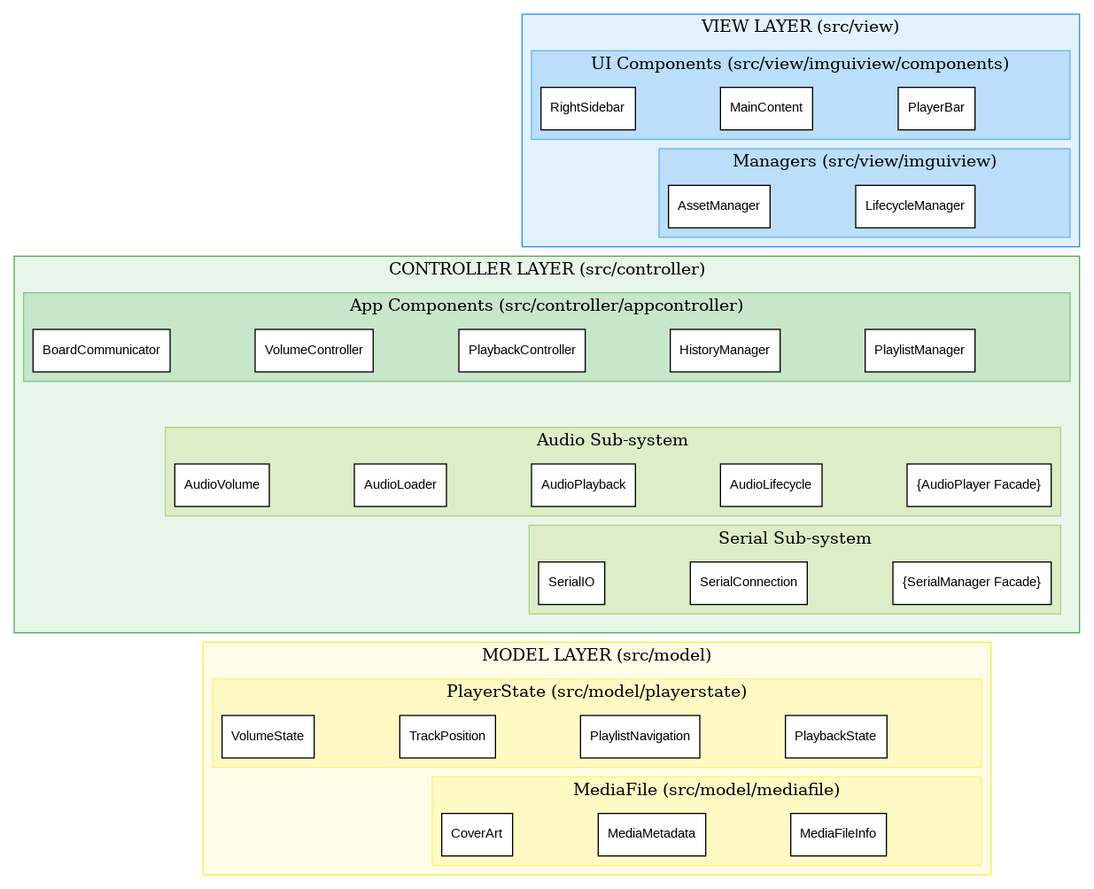
Before: uml/mvc_block_diagram.png, a diagram exported from Graphviz (quan27092002-ctrl/MusicPlayer). Its source is kept beside it as uml/mvc_block_diagram.dot. The source it was exported from:
```dot
digraph MVC_Stack {
    rankdir=TB;
    splines=false;
    nodesep=1.0;
    ranksep=0.6;
    pack=true;

    node [shape=note, style=filled, fillcolor=white, fontname="Arial", fontsize=11];
    edge [style=invis];

    node [group=stack];

    subgraph cluster_view {
        label="VIEW LAYER (src/view)";
        style=filled;
        color="#2196F3";
        fillcolor="#E3F2FD";

        subgraph cluster_view_ui {
            label="UI Components (src/view/imguiview/components)";
            style=filled;
            color="#64B5F6";
            fillcolor="#BBDEFB";
            node [group="", shape=rect, fillcolor=white];

            ViewUiAnchor [style=invis, shape=point, width=0];

            { rank=same; PlayerBar; MainContent; RightSidebar; ViewUiAnchor; }
        }

        subgraph cluster_view_managers {
            label="Managers (src/view/imguiview)";
            style=filled;
            color="#64B5F6";
            fillcolor="#BBDEFB";
            node [group="", shape=rect, fillcolor=white];

            ViewMgrAnchor [style=invis, shape=point, width=0];

            { rank=same; LifecycleManager; AssetManager; ViewMgrAnchor; }
        }

        ViewUiAnchor -> ViewMgrAnchor [weight=100];
    }

    subgraph cluster_controller {
        label="CONTROLLER LAYER (src/controller)";
        style=filled;
        color="#4CAF50";
        fillcolor="#E8F5E9";

        subgraph cluster_app_logic {
            label="App Components (src/controller/appcontroller)";
            style=filled;
            color="#81C784";
            fillcolor="#C8E6C9";
            node [group="", shape=rect, fillcolor=white];

            CtrlAppAnchor [style=invis, shape=point, width=0];

            { rank=same; PlaylistManager; HistoryManager; PlaybackController; VolumeController; BoardCommunicator; CtrlAppAnchor; }
        }

        subgraph cluster_subsystems {
            style=invis;
            node [group="", shape=rect, fillcolor=white];

            CtrlSubAnchor [style=invis, shape=point, width=0];

             subgraph cluster_audio {
                label="Audio Sub-system";
                style=filled; color="#AED581"; fillcolor="#DCEDC8";
                AudioPlayer [label="{AudioPlayer Facade}"];
                { rank=same; AudioLifecycle; AudioPlayback; AudioLoader; AudioVolume; }
            }

            subgraph cluster_serial {
                label="Serial Sub-system";
                style=filled; color="#AED581"; fillcolor="#DCEDC8";
                SerialManager [label="{SerialManager Facade}"];
                { rank=same; SerialConnection; SerialIO; }
            }

            AudioPlayer -> SerialManager [weight=10]; // Internal stack
        }

        CtrlAppAnchor -> AudioPlayer [weight=100];
    }

    subgraph cluster_model {
        label="MODEL LAYER (src/model)";
        style=filled;
        color="#FFEB3B";
        fillcolor="#FFFDE7";

        subgraph cluster_playerstate {
            label="PlayerState (src/model/playerstate)";
            style=filled;
            color="#FFF176";
            fillcolor="#FFF9C4";
            node [group="", shape=rect, fillcolor=white];

            ModelPlayerAnchor [style=invis, shape=point, width=0];

            { rank=same; PlaybackState; PlaylistNavigation; TrackPosition; VolumeState; ModelPlayerAnchor; }
        }

        subgraph cluster_mediafile {
             label="MediaFile (src/model/mediafile)";
             style=filled;
             color="#FFF176";
             fillcolor="#FFF9C4";
             node [group="", shape=rect, fillcolor=white];

             ModelMediaAnchor [style=invis, shape=point, width=0];

             { rank=same; MediaFileInfo; MediaMetadata; CoverArt; ModelMediaAnchor; }
        }

        ModelPlayerAnchor -> ModelMediaAnchor [weight=100];
    }

    ViewMgrAnchor -> CtrlAppAnchor [weight=1000];
    SerialManager -> ModelPlayerAnchor [weight=1000];

}
```
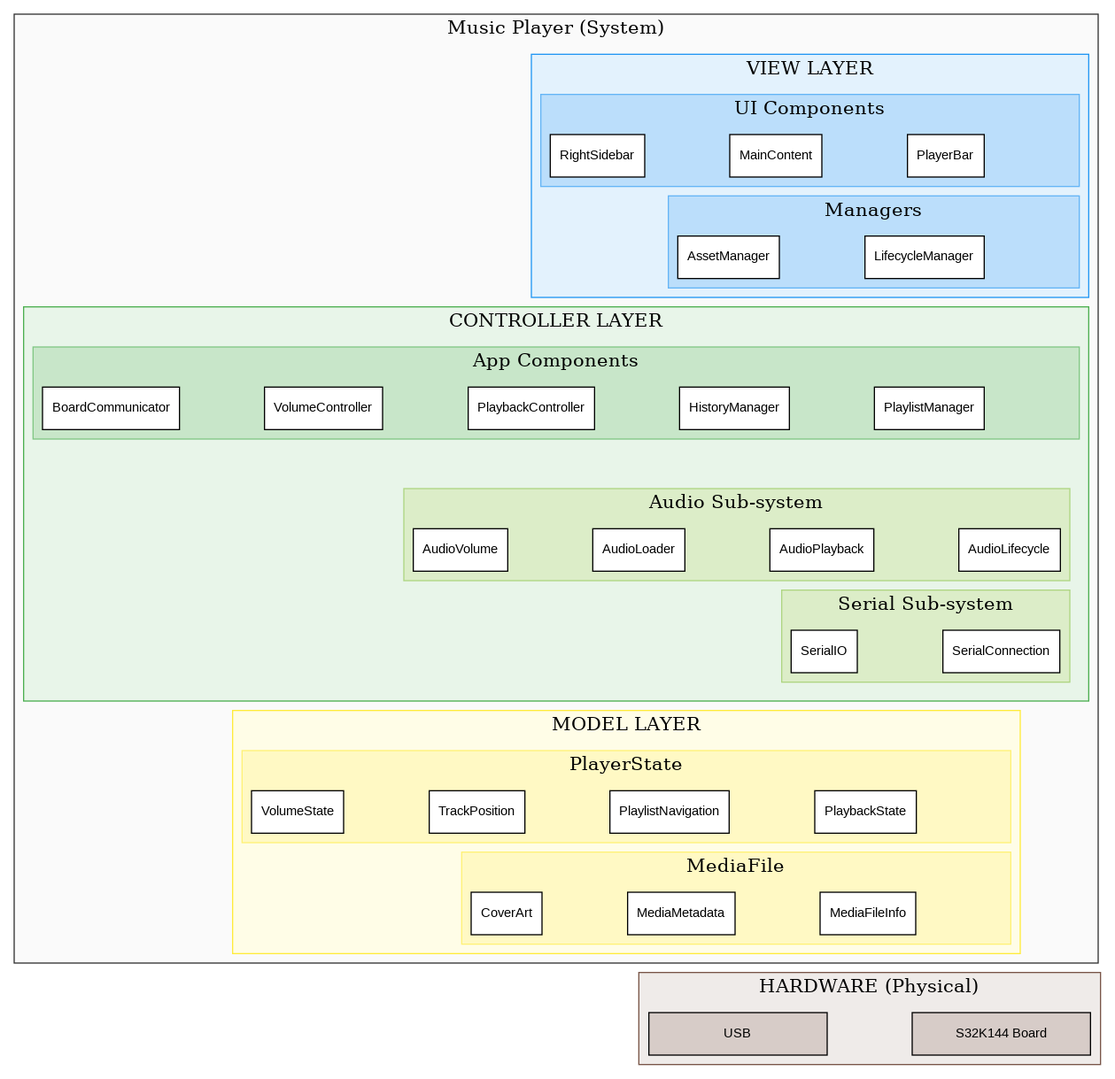
The same file after the commit.

Commit message:
v3.3.1-refactor: Restructure architecture diagram by adding top-level system and hardware layers, and simplifying subgraph labels.

Diff of the diagram source:
```diff
@@ -1,4 +1,4 @@
-digraph MVC_Stack {
+digraph Architecture {
     rankdir=TB;
     splines=false;
     nodesep=1.0;
@@ -10,117 +10,132 @@
 
     node [group=stack];
 
-    subgraph cluster_view {
-        label="VIEW LAYER (src/view)";
+    subgraph cluster_music_player {
+        label="Music Player (System)";
         style=filled;
-        color="#2196F3";
-        fillcolor="#E3F2FD";
+        color="#333333";
+        fillcolor="#FAFAFA";
+        fontsize=16;
 
-        subgraph cluster_view_ui {
-            label="UI Components (src/view/imguiview/components)";
+        subgraph cluster_view {
+            label="VIEW LAYER";
             style=filled;
-            color="#64B5F6";
-            fillcolor="#BBDEFB";
-            node [group="", shape=rect, fillcolor=white];
+            color="#2196F3";
+            fillcolor="#E3F2FD";
 
-            ViewUiAnchor [style=invis, shape=point, width=0];
+            subgraph cluster_view_ui {
+                label="UI Components";
+                style=filled;
+                color="#64B5F6";
+                fillcolor="#BBDEFB";
+                node [group="", shape=rect, fillcolor=white];
 
-            { rank=same; PlayerBar; MainContent; RightSidebar; ViewUiAnchor; }
+                ViewUiAnchor [style=invis, shape=point, width=0];
+
+                { rank=same; PlayerBar; MainContent; RightSidebar; ViewUiAnchor; }
+            }
+
+            subgraph cluster_view_managers {
+                label="Managers";
+                style=filled;
+                color="#64B5F6";
+                fillcolor="#BBDEFB";
+                node [group="", shape=rect, fillcolor=white];
+
+                ViewMgrAnchor [style=invis, shape=point, width=0];
+
+                { rank=same; LifecycleManager; AssetManager; ViewMgrAnchor; }
+            }
+
+            ViewUiAnchor -> ViewMgrAnchor [weight=100];
         }
 
-        subgraph cluster_view_managers {
-            label="Managers (src/view/imguiview)";
+        subgraph cluster_controller {
+            label="CONTROLLER LAYER";
             style=filled;
-            color="#64B5F6";
-            fillcolor="#BBDEFB";
-            node [group="", shape=rect, fillcolor=white];
+            color="#4CAF50";
+            fillcolor="#E8F5E9";
 
-            ViewMgrAnchor [style=invis, shape=point, width=0];
+            subgraph cluster_app_logic {
+                label="App Components";
+                style=filled;
+                color="#81C784";
+                fillcolor="#C8E6C9";
+                node [group="", shape=rect, fillcolor=white];
 
-            { rank=same; LifecycleManager; AssetManager; ViewMgrAnchor; }
+                CtrlAppAnchor [style=invis, shape=point, width=0];
+
+                { rank=same; PlaylistManager; HistoryManager; PlaybackController; VolumeController; BoardCommunicator; CtrlAppAnchor; }
+            }
+
+            subgraph cluster_subsystems {
+                style=invis;
+                node [group="", shape=rect, fillcolor=white];
+
+                 subgraph cluster_audio {
+                    label="Audio Sub-system";
+                    style=filled; color="#AED581"; fillcolor="#DCEDC8";
+                    { rank=same; AudioLifecycle; AudioPlayback; AudioLoader; AudioVolume; }
+                }
+
+                subgraph cluster_serial {
+                    label="Serial Sub-system";
+                    style=filled; color="#AED581"; fillcolor="#DCEDC8";
+                    { rank=same; SerialConnection; SerialIO; }
+                }
+            }
+
+            CtrlAppAnchor -> AudioLifecycle [weight=100];
+            AudioLifecycle -> SerialConnection [weight=10];
         }
 
-        ViewUiAnchor -> ViewMgrAnchor [weight=100];
+        subgraph cluster_model {
+            label="MODEL LAYER";
+            style=filled;
+            color="#FFEB3B";
+            fillcolor="#FFFDE7";
+
+            subgraph cluster_playerstate {
+                label="PlayerState";
+                style=filled;
+                color="#FFF176";
+                fillcolor="#FFF9C4";
+                node [group="", shape=rect, fillcolor=white];
+
+                ModelPlayerAnchor [style=invis, shape=point, width=0];
+
+                { rank=same; PlaybackState; PlaylistNavigation; TrackPosition; VolumeState; ModelPlayerAnchor; }
+            }
+
+            subgraph cluster_mediafile {
+                 label="MediaFile";
+                 style=filled;
+                 color="#FFF176";
+                 fillcolor="#FFF9C4";
+                 node [group="", shape=rect, fillcolor=white];
+
+                 ModelMediaAnchor [style=invis, shape=point, width=0];
+
+                 { rank=same; MediaFileInfo; MediaMetadata; CoverArt; ModelMediaAnchor; }
+            }
+
+            ModelPlayerAnchor -> ModelMediaAnchor;
+        }
+
     }
 
-    subgraph cluster_controller {
-        label="CONTROLLER LAYER (src/controller)";
+    subgraph cluster_hardware {
+        label="HARDWARE (Physical)";
         style=filled;
-        color="#4CAF50";
-        fillcolor="#E8F5E9";
+        color="#795548";
+        fillcolor="#EFEBE9";
+        fontsize=16;
 
-        subgraph cluster_app_logic {
-            label="App Components (src/controller/appcontroller)";
-            style=filled;
-            color="#81C784";
-            fillcolor="#C8E6C9";
-            node [group="", shape=rect, fillcolor=white];
-
-            CtrlAppAnchor [style=invis, shape=point, width=0];
-
-            { rank=same; PlaylistManager; HistoryManager; PlaybackController; VolumeController; BoardCommunicator; CtrlAppAnchor; }
-        }
-
-        subgraph cluster_subsystems {
-            style=invis;
-            node [group="", shape=rect, fillcolor=white];
-
-            CtrlSubAnchor [style=invis, shape=point, width=0];
-
-             subgraph cluster_audio {
-                label="Audio Sub-system";
-                style=filled; color="#AED581"; fillcolor="#DCEDC8";
-                AudioPlayer [label="{AudioPlayer Facade}"];
-                { rank=same; AudioLifecycle; AudioPlayback; AudioLoader; AudioVolume; }
-            }
-
-            subgraph cluster_serial {
-                label="Serial Sub-system";
-                style=filled; color="#AED581"; fillcolor="#DCEDC8";
-                SerialManager [label="{SerialManager Facade}"];
-                { rank=same; SerialConnection; SerialIO; }
-            }
-
-            AudioPlayer -> SerialManager [weight=10]; // Internal stack
-        }
-
-        CtrlAppAnchor -> AudioPlayer [weight=100];
+        S32K_Board [label="S32K144 Board", shape=rect, width=2.1, fillcolor="#D7CCC8"];
+        SerialCable [label="USB", shape=rect, width=2.1, fillcolor="#D7CCC8"];
     }
 
-    subgraph cluster_model {
-        label="MODEL LAYER (src/model)";
-        style=filled;
-        color="#FFEB3B";
-        fillcolor="#FFFDE7";
-
-        subgraph cluster_playerstate {
-            label="PlayerState (src/model/playerstate)";
-            style=filled;
-            color="#FFF176";
-            fillcolor="#FFF9C4";
-            node [group="", shape=rect, fillcolor=white];
-
-            ModelPlayerAnchor [style=invis, shape=point, width=0];
-
-            { rank=same; PlaybackState; PlaylistNavigation; TrackPosition; VolumeState; ModelPlayerAnchor; }
-        }
-
-        subgraph cluster_mediafile {
-             label="MediaFile (src/model/mediafile)";
-             style=filled;
-             color="#FFF176";
-             fillcolor="#FFF9C4";
-             node [group="", shape=rect, fillcolor=white];
-
-             ModelMediaAnchor [style=invis, shape=point, width=0];
-
-             { rank=same; MediaFileInfo; MediaMetadata; CoverArt; ModelMediaAnchor; }
-        }
-
-        ModelPlayerAnchor -> ModelMediaAnchor [weight=100];
-    }
-
-    ViewMgrAnchor -> CtrlAppAnchor [weight=1000];
-    SerialManager -> ModelPlayerAnchor [weight=1000];
-
+    ViewMgrAnchor -> CtrlAppAnchor;
+    SerialConnection -> ModelPlayerAnchor;
+    ModelMediaAnchor -> S32K_Board;
 }
```
